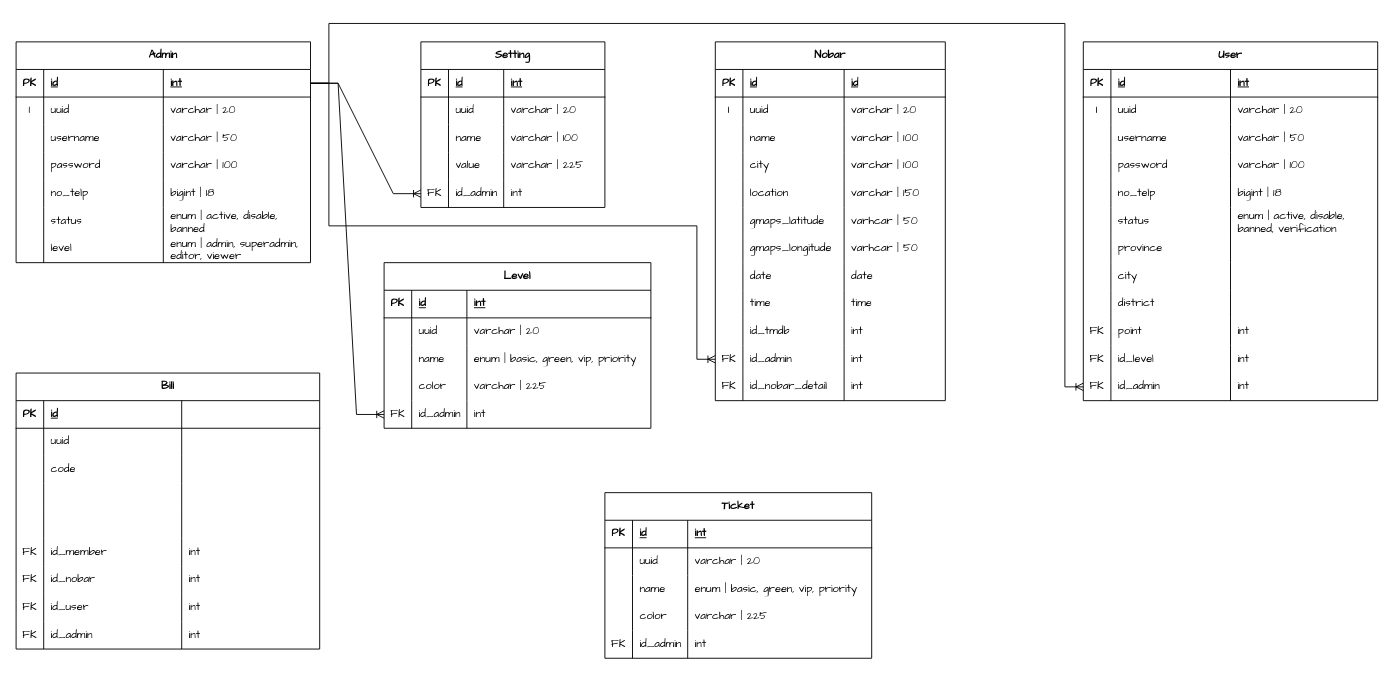
irzanaldi/e-aspiration keeps this draw.io diagram as AniEvo - Nobar Web App.drawio. Above is the earlier version. Source tidied: cells renumbered, new cells numbered last; positions are measured from the earlier drawing's top-left corner, leaving out a move shared by most shapes. Both pictures are drawn from the tidied source at 92%, with x=0, y=0 at pixel (16, 23).
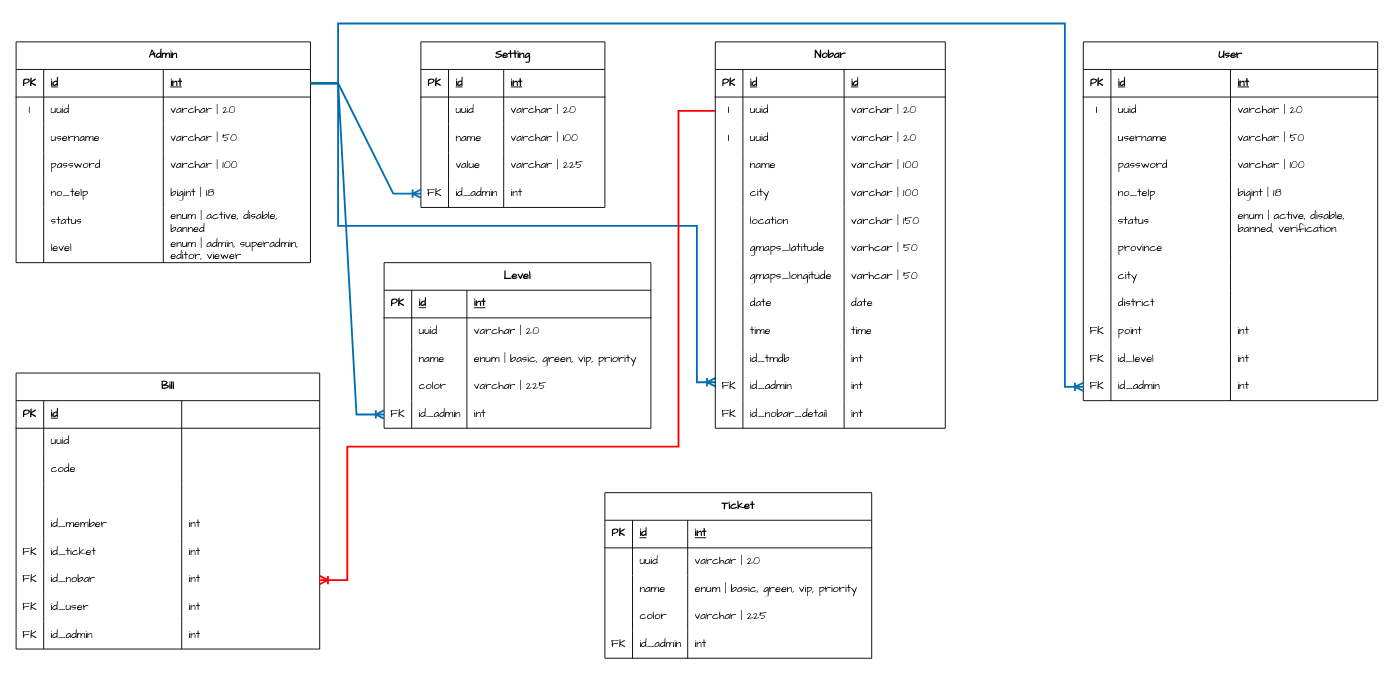
After the change.

Unchanged cells that the change refers to:
```xml
<mxCell id="69" style="shape=tableRow;horizontal=0;startSize=0;swimlaneHead=0;swimlaneBody=0;fillColor=none;top=0;left=0;right=0;bottom=0;whiteSpace=wrap;" parent="52" vertex="1">
  <mxGeometry y="150" width="330" height="30" as="geometry" />
</mxCell>
<mxCell id="73" style="shape=tableRow;horizontal=0;startSize=0;swimlaneHead=0;swimlaneBody=0;fillColor=none;top=0;left=0;right=0;bottom=0;whiteSpace=wrap;" parent="52" vertex="1">
  <mxGeometry y="180" width="330" height="30" as="geometry" />
</mxCell>
<mxCell id="77" style="shape=tableRow;horizontal=0;startSize=0;swimlaneHead=0;swimlaneBody=0;fillColor=none;points=[[0,0.5],[1,0.5]];portConstraint=eastwest;top=0;left=0;right=0;bottom=0;whiteSpace=wrap;" parent="52" vertex="1">
  <mxGeometry y="210" width="330" height="30" as="geometry" />
</mxCell>
<mxCell id="106" style="shape=tableRow;horizontal=0;startSize=0;swimlaneHead=0;swimlaneBody=0;fillColor=none;points=[[0,0.5],[1,0.5]];portConstraint=eastwest;top=0;left=0;right=0;bottom=0;fontFamily=Comic Sans MS;whiteSpace=wrap;" parent="89" vertex="1">
  <mxGeometry y="150" width="200" height="30" as="geometry" />
</mxCell>
<mxCell id="111" style="shape=tableRow;horizontal=0;startSize=0;swimlaneHead=0;swimlaneBody=0;fillColor=none;points=[[0,0.5],[1,0.5]];portConstraint=eastwest;top=0;left=0;right=0;bottom=1;fontFamily=Comic Sans MS;whiteSpace=wrap;" parent="110" vertex="1">
  <mxGeometry y="30" width="320" height="30" as="geometry" />
</mxCell>
<mxCell id="184" style="shape=tableRow;horizontal=0;startSize=0;swimlaneHead=0;swimlaneBody=0;fillColor=none;points=[[0,0.5],[1,0.5]];portConstraint=eastwest;top=0;left=0;right=0;bottom=0;fontFamily=Comic Sans MS;whiteSpace=wrap;" parent="139" vertex="1">
  <mxGeometry y="360" width="320" height="30" as="geometry" />
</mxCell>
<mxCell id="206" style="shape=tableRow;horizontal=0;startSize=0;swimlaneHead=0;swimlaneBody=0;fillColor=none;points=[[0,0.5],[1,0.5]];portConstraint=eastwest;top=0;left=0;right=0;bottom=0;fontFamily=Comic Sans MS;whiteSpace=wrap;" parent="189" vertex="1">
  <mxGeometry y="150" width="290" height="30" as="geometry" />
</mxCell>
```

What changed in the source:
```diff
@@
-    <mxCell id="2" style="fontSize=12;html=1;endArrow=ERoneToMany;rounded=0;fontFamily=Comic Sans MS;fontColor=default;startSize=30;edgeStyle=orthogonalEdgeStyle;fillColor=none;strokeWidth=1;" parent="1" edge="1" source="111" target="44">
+    <mxCell id="2" style="fontSize=12;html=1;endArrow=ERoneToMany;rounded=0;fontFamily=Comic Sans MS;fontColor=default;startSize=30;edgeStyle=orthogonalEdgeStyle;fillColor=#1ba1e2;strokeWidth=2;strokeColor=#006EAF;" parent="1" edge="1" source="111" target="44">
       <mxGeometry relative="1" as="geometry">
         <Array as="points">
-          <mxPoint x="340" y="65" />
-          <mxPoint x="340" y="220" />
+          <mxPoint x="350" y="65" />
+          <mxPoint x="350" y="220" />
           <mxPoint x="740" y="220" />
-          <mxPoint x="740" y="365" />
+          <mxPoint x="740" y="390" />
         </Array>
       </mxGeometry>
     </mxCell>
     <mxCell id="3" value="Nobar" style="shape=table;startSize=30;childLayout=tableLayout;rowLines=0;fontStyle=1;align=center;fontFamily=Comic Sans MS;whiteSpace=wrap;fillColor=none;" parent="1" vertex="1">
-      <mxGeometry x="760" y="20" width="250" height="390" as="geometry" />
+      <mxGeometry x="760" y="20" width="250" height="420" as="geometry" />
     </mxCell>
@@
+    <mxCell id="233" style="shape=tableRow;horizontal=0;startSize=0;swimlaneHead=0;swimlaneBody=0;fillColor=none;points=[[0,0.5],[1,0.5]];portConstraint=eastwest;top=0;left=0;right=0;bottom=0;fontFamily=Comic Sans MS;whiteSpace=wrap;" parent="3" vertex="1">
+      <mxGeometry y="60" width="250" height="30" as="geometry" />
+    </mxCell>
+    <mxCell id="234" value="I" style="shape=partialRectangle;fillColor=none;top=0;left=0;bottom=0;right=0;overflow=hidden;fontFamily=Comic Sans MS;whiteSpace=wrap;" parent="233" vertex="1">
+      <mxGeometry width="30" height="30" as="geometry" />
+    </mxCell>
+    <mxCell id="235" value="uuid" style="shape=partialRectangle;fillColor=none;top=0;left=0;bottom=0;right=0;align=left;spacingLeft=6;overflow=hidden;fontFamily=Comic Sans MS;whiteSpace=wrap;" parent="233" vertex="1">
+      <mxGeometry x="30" width="110" height="30" as="geometry" />
+    </mxCell>
+    <mxCell id="236" value="varchar | 20" style="shape=partialRectangle;fillColor=none;top=0;left=0;bottom=0;right=0;align=left;spacingLeft=6;overflow=hidden;fontFamily=Comic Sans MS;whiteSpace=wrap;" parent="233" vertex="1">
+      <mxGeometry x="140" width="110" height="30" as="geometry" />
+    </mxCell>
     <mxCell id="8" style="shape=tableRow;horizontal=0;startSize=0;swimlaneHead=0;swimlaneBody=0;fillColor=none;top=0;left=0;right=0;bottom=0;fontFamily=Comic Sans MS;whiteSpace=wrap;" parent="3" vertex="1">
-      <mxGeometry y="60" width="250" height="30" as="geometry" />
+      <mxGeometry y="90" width="250" height="30" as="geometry" />
     </mxCell>
@@
     <mxCell id="12" style="shape=tableRow;horizontal=0;startSize=0;swimlaneHead=0;swimlaneBody=0;fillColor=none;top=0;left=0;right=0;bottom=0;fontFamily=Comic Sans MS;whiteSpace=wrap;" parent="3" vertex="1">
-      <mxGeometry y="90" width="250" height="30" as="geometry" />
+      <mxGeometry y="120" width="250" height="30" as="geometry" />
     </mxCell>
@@
     <mxCell id="16" style="shape=tableRow;horizontal=0;startSize=0;swimlaneHead=0;swimlaneBody=0;fillColor=none;top=0;left=0;right=0;bottom=0;fontFamily=Comic Sans MS;whiteSpace=wrap;" parent="3" vertex="1">
-      <mxGeometry y="120" width="250" height="30" as="geometry" />
+      <mxGeometry y="150" width="250" height="30" as="geometry" />
     </mxCell>
@@
     <mxCell id="20" style="shape=tableRow;horizontal=0;startSize=0;swimlaneHead=0;swimlaneBody=0;fillColor=none;top=0;left=0;right=0;bottom=0;fontFamily=Comic Sans MS;whiteSpace=wrap;" parent="3" vertex="1">
-      <mxGeometry y="150" width="250" height="30" as="geometry" />
+      <mxGeometry y="180" width="250" height="30" as="geometry" />
     </mxCell>
@@
     <mxCell id="24" style="shape=tableRow;horizontal=0;startSize=0;swimlaneHead=0;swimlaneBody=0;fillColor=none;top=0;left=0;right=0;bottom=0;fontFamily=Comic Sans MS;whiteSpace=wrap;" parent="3" vertex="1">
-      <mxGeometry y="180" width="250" height="30" as="geometry" />
+      <mxGeometry y="210" width="250" height="30" as="geometry" />
     </mxCell>
@@
     <mxCell id="28" style="shape=tableRow;horizontal=0;startSize=0;swimlaneHead=0;swimlaneBody=0;fillColor=none;top=0;left=0;right=0;bottom=0;fontFamily=Comic Sans MS;whiteSpace=wrap;" parent="3" vertex="1">
-      <mxGeometry y="210" width="250" height="30" as="geometry" />
+      <mxGeometry y="240" width="250" height="30" as="geometry" />
     </mxCell>
@@
     <mxCell id="32" style="shape=tableRow;horizontal=0;startSize=0;swimlaneHead=0;swimlaneBody=0;fillColor=none;top=0;left=0;right=0;bottom=0;fontFamily=Comic Sans MS;whiteSpace=wrap;" parent="3" vertex="1">
-      <mxGeometry y="240" width="250" height="30" as="geometry" />
+      <mxGeometry y="270" width="250" height="30" as="geometry" />
     </mxCell>
@@
     <mxCell id="36" style="shape=tableRow;horizontal=0;startSize=0;swimlaneHead=0;swimlaneBody=0;fillColor=none;top=0;left=0;right=0;bottom=0;fontFamily=Comic Sans MS;whiteSpace=wrap;" parent="3" vertex="1">
-      <mxGeometry y="270" width="250" height="30" as="geometry" />
+      <mxGeometry y="300" width="250" height="30" as="geometry" />
     </mxCell>
@@
     <mxCell id="40" style="shape=tableRow;horizontal=0;startSize=0;swimlaneHead=0;swimlaneBody=0;fillColor=none;top=0;left=0;right=0;bottom=0;fontFamily=Comic Sans MS;whiteSpace=wrap;" parent="3" vertex="1">
-      <mxGeometry y="300" width="250" height="30" as="geometry" />
+      <mxGeometry y="330" width="250" height="30" as="geometry" />
     </mxCell>
@@
     <mxCell id="44" style="shape=tableRow;horizontal=0;startSize=0;swimlaneHead=0;swimlaneBody=0;fillColor=none;points=[[0,0.5],[1,0.5]];portConstraint=eastwest;top=0;left=0;right=0;bottom=0;fontFamily=Comic Sans MS;whiteSpace=wrap;" parent="3" vertex="1">
-      <mxGeometry y="330" width="250" height="30" as="geometry" />
+      <mxGeometry y="360" width="250" height="30" as="geometry" />
     </mxCell>
@@
     <mxCell id="48" style="shape=tableRow;horizontal=0;startSize=0;swimlaneHead=0;swimlaneBody=0;fillColor=none;top=0;left=0;right=0;bottom=0;fontFamily=Comic Sans MS;whiteSpace=wrap;" parent="3" vertex="1">
-      <mxGeometry y="360" width="250" height="30" as="geometry" />
+      <mxGeometry y="390" width="250" height="30" as="geometry" />
     </mxCell>
@@
-    <mxCell id="71" style="shape=partialRectangle;fillColor=none;top=0;left=0;bottom=0;right=0;align=left;spacingLeft=6;overflow=hidden;fontFamily=Comic Sans MS;whiteSpace=wrap;" parent="69" vertex="1">
+    <mxCell id="71" value="id_member" style="shape=partialRectangle;fillColor=none;top=0;left=0;bottom=0;right=0;align=left;spacingLeft=6;overflow=hidden;fontFamily=Comic Sans MS;whiteSpace=wrap;" parent="69" vertex="1">
       <mxGeometry x="30" width="150" height="30" as="geometry" />
     </mxCell>
-    <mxCell id="72" style="shape=partialRectangle;fillColor=none;top=0;left=0;bottom=0;right=0;align=left;spacingLeft=6;overflow=hidden;fontFamily=Comic Sans MS;whiteSpace=wrap;" parent="69" vertex="1">
+    <mxCell id="72" value="int" style="shape=partialRectangle;fillColor=none;top=0;left=0;bottom=0;right=0;align=left;spacingLeft=6;overflow=hidden;fontFamily=Comic Sans MS;whiteSpace=wrap;" parent="69" vertex="1">
       <mxGeometry x="180" width="150" height="30" as="geometry" />
     </mxCell>
@@
-    <mxCell id="75" value="id_member" style="shape=partialRectangle;fillColor=none;top=0;left=0;bottom=0;right=0;align=left;spacingLeft=6;overflow=hidden;fontFamily=Comic Sans MS;whiteSpace=wrap;" parent="73" vertex="1">
+    <mxCell id="75" value="id_ticket" style="shape=partialRectangle;fillColor=none;top=0;left=0;bottom=0;right=0;align=left;spacingLeft=6;overflow=hidden;fontFamily=Comic Sans MS;whiteSpace=wrap;" parent="73" vertex="1">
       <mxGeometry x="30" width="150" height="30" as="geometry" />
     </mxCell>
@@
-    <mxCell id="188" style="edgeStyle=orthogonalEdgeStyle;fontSize=12;html=1;endArrow=ERoneToMany;rounded=0;fontFamily=Comic Sans MS;fontColor=default;startSize=30;fillColor=none;strokeWidth=1;" parent="1" edge="1" source="111" target="184">
+    <mxCell id="188" style="edgeStyle=orthogonalEdgeStyle;fontSize=12;html=1;endArrow=ERoneToMany;rounded=0;fontFamily=Comic Sans MS;fontColor=default;startSize=30;fillColor=#1ba1e2;strokeWidth=2;strokeColor=#006EAF;" parent="1" edge="1" source="111" target="184">
       <mxGeometry relative="1" as="geometry">
         <Array as="points">
-          <mxPoint x="340" y="65" />
-          <mxPoint x="340" />
+          <mxPoint x="350" y="65" />
+          <mxPoint x="350" />
           <mxPoint x="1140" />
           <mxPoint x="1140" y="395" />
         </Array>
       </mxGeometry>
     </mxCell>
@@
-    <mxCell id="210" style="edgeStyle=entityRelationEdgeStyle;fontSize=12;html=1;endArrow=ERoneToMany;rounded=0;strokeWidth=1;fontFamily=Comic Sans MS;fontColor=default;startSize=30;fillColor=none;" parent="1" edge="1" source="111" target="106">
+    <mxCell id="210" style="edgeStyle=entityRelationEdgeStyle;fontSize=12;html=1;endArrow=ERoneToMany;rounded=0;strokeWidth=2;fontFamily=Comic Sans MS;fontColor=default;startSize=30;fillColor=#1ba1e2;strokeColor=#006EAF;" parent="1" edge="1" source="111" target="106">
       <mxGeometry relative="1" as="geometry" />
     </mxCell>
-    <mxCell id="211" style="edgeStyle=entityRelationEdgeStyle;fontSize=12;html=1;endArrow=ERoneToMany;rounded=0;strokeWidth=1;fontFamily=Comic Sans MS;fontColor=default;startSize=30;fillColor=none;entryX=0;entryY=0.5;entryDx=0;entryDy=0;" parent="1" edge="1" source="111" target="206">
+    <mxCell id="211" style="edgeStyle=entityRelationEdgeStyle;fontSize=12;html=1;endArrow=ERoneToMany;rounded=0;strokeWidth=2;fontFamily=Comic Sans MS;fontColor=default;startSize=30;fillColor=#1ba1e2;entryX=0;entryY=0.5;entryDx=0;entryDy=0;strokeColor=#006EAF;" parent="1" edge="1" source="111" target="206">
       <mxGeometry relative="1" as="geometry" />
     </mxCell>
@@
+    <mxCell id="237" style="edgeStyle=orthogonalEdgeStyle;rounded=0;jettySize=auto;html=1;entryX=1;entryY=0.5;entryDx=0;entryDy=0;strokeWidth=2;fillColor=#a20025;strokeColor=#FF0000;endArrow=ERoneToMany;endFill=0;" parent="1" edge="1" source="233" target="77">
+      <mxGeometry relative="1" as="geometry">
+        <Array as="points">
+          <mxPoint x="720" y="95" />
+          <mxPoint x="720" y="460" />
+          <mxPoint x="360" y="460" />
+          <mxPoint x="360" y="605" />
+        </Array>
+      </mxGeometry>
+    </mxCell>
```
